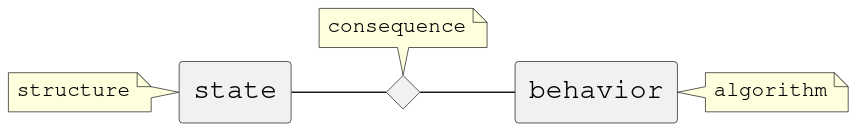
tabletopframework/specification keeps this PlantUML diagram as fig/game-ffm/axis-y-relation.svg. Above is the earlier version.
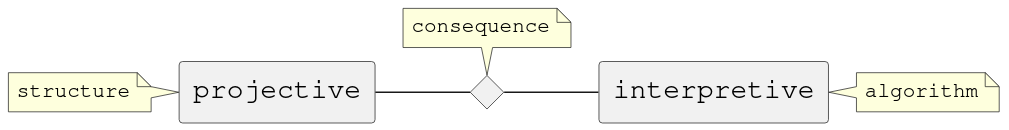
Later version of the same file.

What changed in the source:
```diff
@@ -5,12 +5,13 @@
 skinparam nodesep 20
 allowmixing
 
+diamond relation
+note top: $translate(consequence)
+
 rectangle "$translate(yAxisPositiveTerm)" as left
 note left: $translate(structure)
 rectangle "$translate(yAxisNegativeTerm)" as right
 note right: $translate(algorithm)
-diamond relation
-note top: $translate(consequence)
 
 left -- relation
 relation -- right
```
